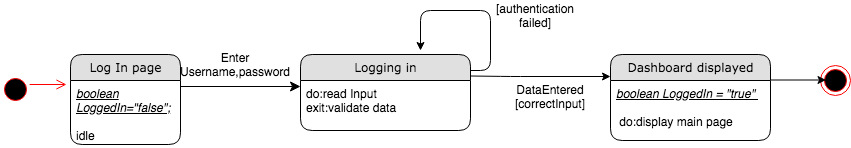
The draw.io diagram Diagrams/State Chart Diagrams FINAL/ST_01 LOGIN.png in kkasharaj17/SE-project, before a commit. Source tidied: cells renumbered, new cells last; positions are measured from the earlier drawing's top-left corner, leaving out a move shared by most shapes. Source of this version:
```xml
<mxGraphModel background="#ffffff">
  <root>
    <mxCell id="0" />
    <mxCell id="1" parent="0" />
    <mxCell id="2" style="edgeStyle=orthogonalEdgeStyle;html=1;labelBackgroundColor=none;startFill=0;startSize=8;endFill=1;endSize=8;fontFamily=Verdana;fontSize=12;exitX=1;exitY=0.5;" parent="1" edge="1">
      <mxGeometry relative="1" as="geometry">
        <mxPoint x="180" y="86" as="sourcePoint" />
        <mxPoint x="300" y="86" as="targetPoint" />
      </mxGeometry>
    </mxCell>
    <mxCell id="3" value="[authentication failed]" style="text;html=1;strokeColor=none;fillColor=none;align=center;verticalAlign=middle;whiteSpace=wrap;rounded=0;" parent="1" vertex="1">
      <mxGeometry x="500" width="70" height="30" as="geometry" />
    </mxCell>
    <mxCell id="4" value="DataEntered [correctInput]" style="text;html=1;strokeColor=none;fillColor=none;align=center;verticalAlign=middle;whiteSpace=wrap;rounded=0;" parent="1" vertex="1">
      <mxGeometry x="510" y="86" width="80" height="20" as="geometry" />
    </mxCell>
    <mxCell id="5" style="ellipse;html=1;shape=endState;fillColor=#000000;strokeColor=#ff0000;" parent="1" vertex="1">
      <mxGeometry x="820" y="65" width="30" height="30" as="geometry" />
    </mxCell>
    <mxCell id="6" style="ellipse;html=1;shape=startState;fillColor=#000000;strokeColor=#ff0000;" parent="1" vertex="1">
      <mxGeometry y="74" width="30" height="30" as="geometry" />
    </mxCell>
    <mxCell id="7" style="edgeStyle=orthogonalEdgeStyle;html=1;verticalAlign=bottom;endArrow=open;endSize=8;strokeColor=#ff0000;" parent="1" edge="1" source="6">
      <mxGeometry relative="1" as="geometry">
        <mxPoint x="66" y="84" as="targetPoint" />
        <Array as="points">
          <mxPoint x="30" y="84" />
          <mxPoint x="30" y="84" />
        </Array>
      </mxGeometry>
    </mxCell>
    <mxCell id="8" style="endArrow=classic;html=1;" parent="1" edge="1">
      <mxGeometry relative="1" as="geometry">
        <mxPoint x="770" y="79.5" as="sourcePoint" />
        <mxPoint x="825.5" y="79.5" as="targetPoint" />
      </mxGeometry>
    </mxCell>
    <mxCell id="9" value="Enter Username,password" style="text;html=1;strokeColor=none;fillColor=none;align=center;verticalAlign=middle;whiteSpace=wrap;rounded=0;" parent="1" vertex="1">
      <mxGeometry x="180" y="54" width="110" height="20" as="geometry" />
    </mxCell>
    <mxCell id="10" style="edgeStyle=segmentEdgeStyle;endArrow=classic;html=1;" parent="1" edge="1">
      <mxGeometry relative="1" as="geometry">
        <mxPoint x="470" y="70" as="sourcePoint" />
        <mxPoint x="420" y="50" as="targetPoint" />
        <Array as="points">
          <mxPoint x="470" y="70" />
          <mxPoint x="490" y="70" />
          <mxPoint x="490" y="10" />
          <mxPoint x="420" y="10" />
        </Array>
      </mxGeometry>
    </mxCell>
    <mxCell id="11" style="endArrow=classic;html=1;" parent="1" edge="1">
      <mxGeometry relative="1" as="geometry">
        <mxPoint x="470" y="75.5" as="sourcePoint" />
        <mxPoint x="610" y="76" as="targetPoint" />
        <Array as="points">
          <mxPoint x="510" y="76" />
        </Array>
      </mxGeometry>
    </mxCell>
    <mxCell id="12" value="Dashboard displayed" style="swimlane;html=1;fontStyle=0;horizontal=1;startSize=26;fillColor=#e0e0e0;swimlaneFillColor=#ffffff;align=center;rounded=1;shadow=0;comic=0;labelBackgroundColor=none;strokeWidth=1;fontFamily=Verdana;fontSize=12;" parent="1" vertex="1">
      <mxGeometry x="610" y="54" width="160" height="86" as="geometry" />
    </mxCell>
    <mxCell id="13" value="&lt;i&gt;&lt;u&gt;boolean LoggedIn = &quot;true&quot;&amp;nbsp;&lt;br&gt;&lt;br&gt;&lt;/u&gt;&lt;/i&gt;&amp;nbsp;do:display main page" style="text;html=1;strokeColor=none;fillColor=none;spacingLeft=4;spacingRight=4;whiteSpace=wrap;overflow=hidden;" parent="12" vertex="1">
      <mxGeometry y="26" width="160" height="54" as="geometry" />
    </mxCell>
    <mxCell id="14" value="Log In page" style="swimlane;html=1;fontStyle=0;horizontal=1;startSize=26;fillColor=#e0e0e0;swimlaneFillColor=#ffffff;align=center;rounded=1;shadow=0;comic=0;labelBackgroundColor=none;strokeWidth=1;fontFamily=Verdana;fontSize=12;" parent="1" vertex="1">
      <mxGeometry x="70" y="54" width="110" height="90" as="geometry" />
    </mxCell>
    <mxCell id="15" value="&lt;i&gt;&lt;u&gt;boolean LoggedIn=&quot;false&quot;;&lt;/u&gt;&lt;/i&gt;&lt;br&gt;&lt;br&gt;idle" style="text;html=1;strokeColor=none;fillColor=none;spacingLeft=4;spacingRight=4;whiteSpace=wrap;overflow=hidden;" parent="14" vertex="1">
      <mxGeometry y="26" width="110" height="64" as="geometry" />
    </mxCell>
    <mxCell id="16" value="Logging in" style="swimlane;html=1;fontStyle=0;horizontal=1;startSize=26;fillColor=#e0e0e0;swimlaneFillColor=#ffffff;align=center;rounded=1;shadow=0;comic=0;labelBackgroundColor=none;strokeWidth=1;fontFamily=Verdana;fontSize=12;" parent="1" vertex="1">
      <mxGeometry x="300" y="54" width="170" height="76" as="geometry" />
    </mxCell>
    <mxCell id="17" value="do:read Input&lt;br&gt;exit:validate data" style="text;html=1;strokeColor=none;fillColor=none;spacingLeft=4;spacingRight=4;whiteSpace=wrap;overflow=hidden;" parent="16" vertex="1">
      <mxGeometry y="26" width="170" height="44" as="geometry" />
    </mxCell>
  </root>
</mxGraphModel>
```
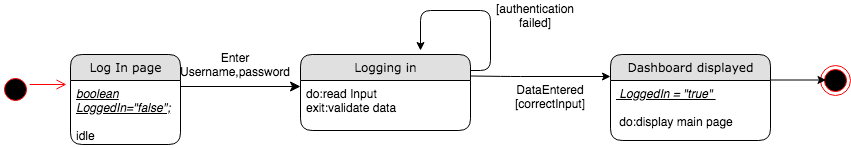
After the change.

Change to the diagram source:
```diff
@@ -62,7 +62,7 @@
     <mxCell id="12" value="Dashboard displayed" style="swimlane;html=1;fontStyle=0;horizontal=1;startSize=26;fillColor=#e0e0e0;swimlaneFillColor=#ffffff;align=center;rounded=1;shadow=0;comic=0;labelBackgroundColor=none;strokeWidth=1;fontFamily=Verdana;fontSize=12;" parent="1" vertex="1">
       <mxGeometry x="610" y="54" width="160" height="86" as="geometry" />
     </mxCell>
-    <mxCell id="13" value="&lt;i&gt;&lt;u&gt;boolean LoggedIn = &quot;true&quot;&amp;nbsp;&lt;br&gt;&lt;br&gt;&lt;/u&gt;&lt;/i&gt;&amp;nbsp;do:display main page" style="text;html=1;strokeColor=none;fillColor=none;spacingLeft=4;spacingRight=4;whiteSpace=wrap;overflow=hidden;" parent="12" vertex="1">
+    <mxCell id="13" value="&lt;i&gt;&lt;u&gt;&amp;nbsp;LoggedIn = &quot;true&quot;&amp;nbsp;&lt;br&gt;&lt;br&gt;&lt;/u&gt;&lt;/i&gt;&amp;nbsp;do:display main page" style="text;html=1;strokeColor=none;fillColor=none;spacingLeft=4;spacingRight=4;whiteSpace=wrap;overflow=hidden;" parent="12" vertex="1">
       <mxGeometry y="26" width="160" height="54" as="geometry" />
     </mxCell>
     <mxCell id="14" value="Log In page" style="swimlane;html=1;fontStyle=0;horizontal=1;startSize=26;fillColor=#e0e0e0;swimlaneFillColor=#ffffff;align=center;rounded=1;shadow=0;comic=0;labelBackgroundColor=none;strokeWidth=1;fontFamily=Verdana;fontSize=12;" parent="1" vertex="1">
```
